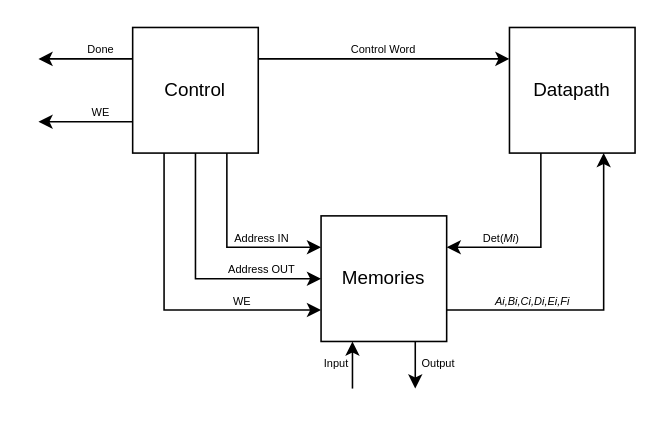
Above: esquema_geral.drawio in FranciscoPRosa/NEEC_test (draw.io), before the change. Source tidied: cells renumbered, new cells numbered last; positions are measured from the earlier drawing's top-left corner, leaving out a move shared by most shapes. Both pictures are drawn from the tidied source at 157%, with x=0, y=0 at pixel (38, 27).
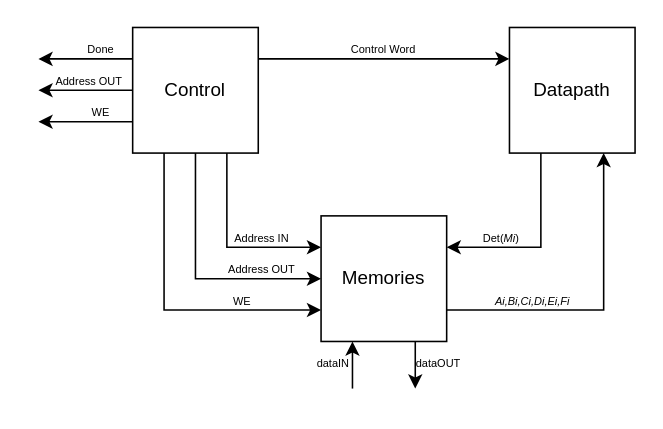
Above is the later version.

The change refers to these unchanged cells:
```xml
<mxCell id="10" value="Control" style="rounded=0;whiteSpace=wrap;html=1;" parent="1" vertex="1">
  <mxGeometry x="60" width="80" height="80" as="geometry" />
</mxCell>
```

Diff of the diagram source:
```diff
@@
+    <mxCell id="25" style="edgeStyle=orthogonalEdgeStyle;rounded=0;jettySize=auto;html=1;" parent="1" edge="1" source="10">
+      <mxGeometry relative="1" as="geometry">
+        <mxPoint y="40" as="targetPoint" />
+      </mxGeometry>
+    </mxCell>
@@
-    <mxCell id="16" value="Input" style="text;html=1;align=center;verticalAlign=middle;whiteSpace=wrap;rounded=0;fontSize=7;" parent="1" vertex="1">
-      <mxGeometry x="180" y="205" width="20" height="20" as="geometry" />
+    <mxCell id="16" value="dataIN" style="text;html=1;align=center;verticalAlign=middle;whiteSpace=wrap;rounded=0;fontSize=7;" parent="1" vertex="1">
+      <mxGeometry x="178" y="205" width="20" height="20" as="geometry" />
     </mxCell>
-    <mxCell id="17" value="Output" style="text;html=1;align=center;verticalAlign=middle;whiteSpace=wrap;rounded=0;fontSize=7;" parent="1" vertex="1">
+    <mxCell id="17" value="dataOUT" style="text;html=1;align=center;verticalAlign=middle;whiteSpace=wrap;rounded=0;fontSize=7;" parent="1" vertex="1">
       <mxGeometry x="240" y="210" width="30" height="10" as="geometry" />
     </mxCell>
@@
+    <mxCell id="26" value="Address OUT" style="text;html=1;align=center;verticalAlign=middle;whiteSpace=wrap;rounded=0;fontSize=7;" parent="1" vertex="1">
+      <mxGeometry x="5" y="30" width="55" height="10" as="geometry" />
+    </mxCell>
```
